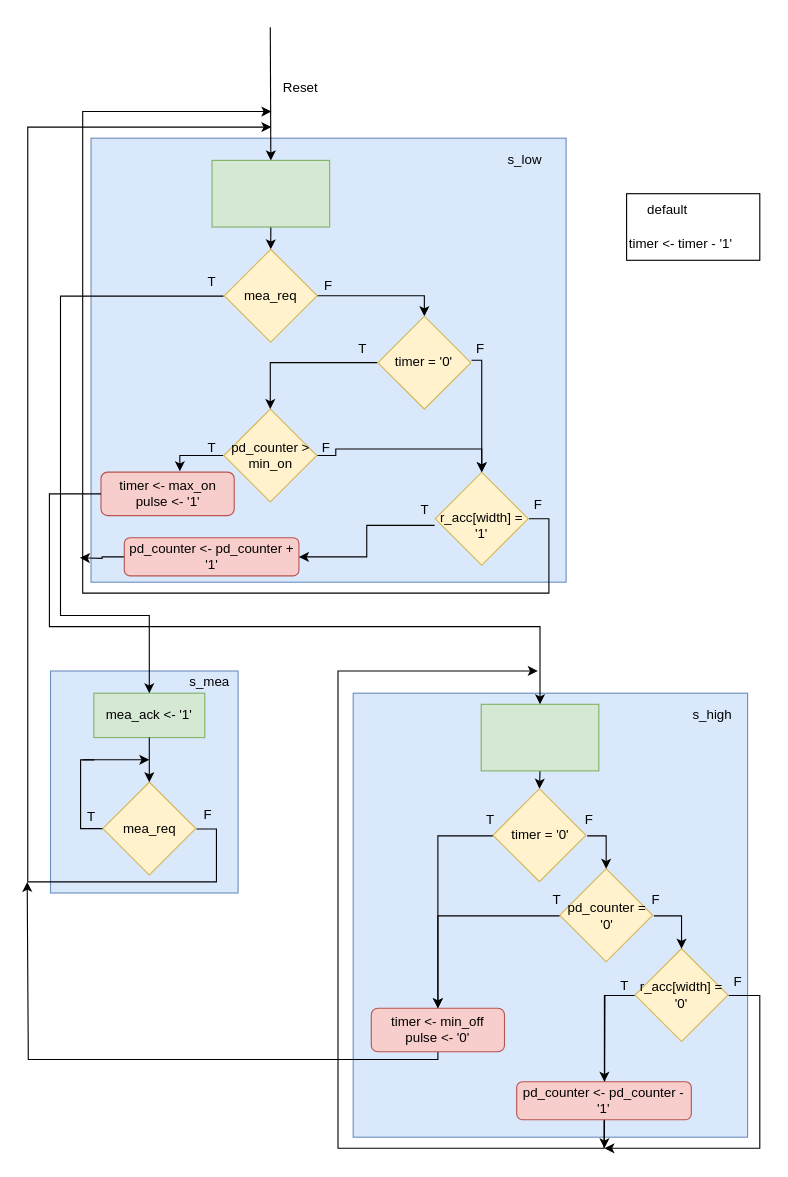
Before: Oblig7/pdm_asmd.drawio in jrundht/IN3160, a draw.io diagram. Source tidied: cells renumbered, new cells numbered last; positions are measured from the earlier drawing's top-left corner, leaving out a move shared by most shapes. Both pictures are drawn from the tidied source at 111%, with x=0, y=0 at pixel (27, 27).
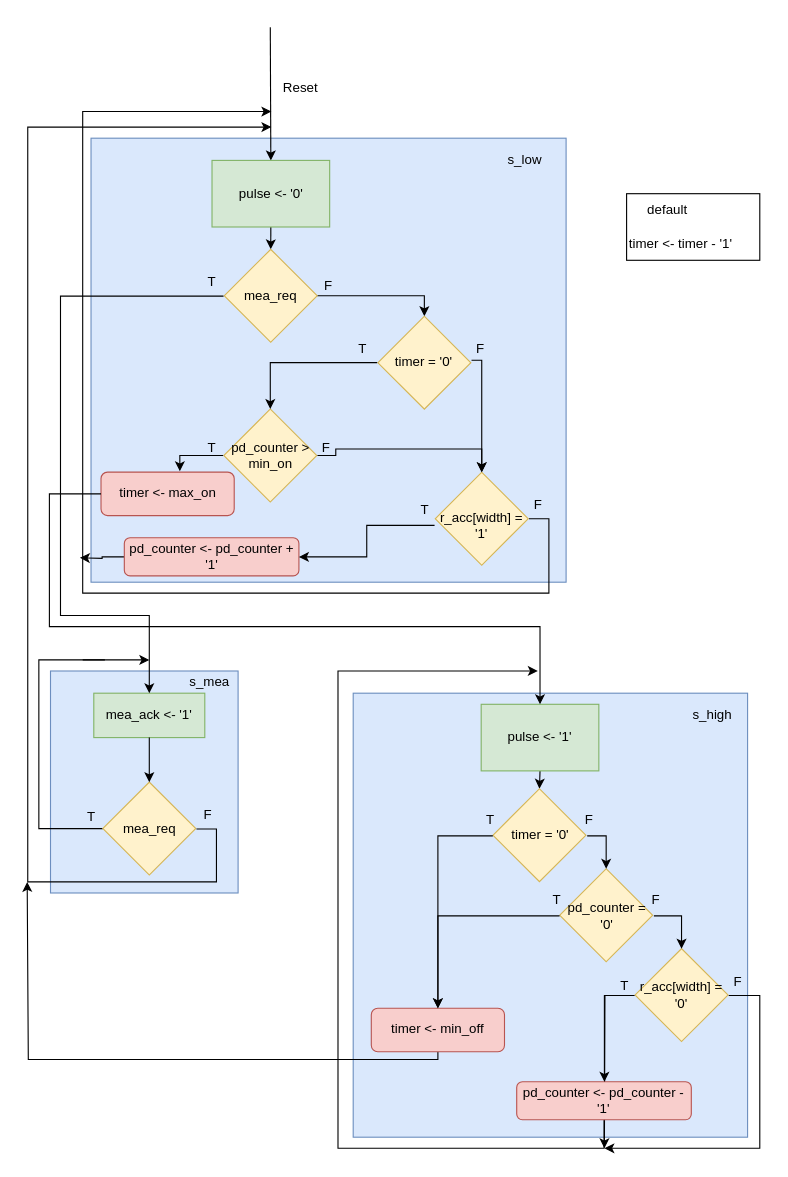
The same diagram, later.

The change refers to these unchanged cells:
```xml
<mxCell id="27" style="group;" parent="1" vertex="1">
  <mxGeometry x="47.5" y="600" width="202.5" height="164.4" as="geometry" />
</mxCell>
<mxCell id="29" style="group;" parent="27" vertex="1">
  <mxGeometry x="20" y="80" width="85" height="84.4" as="geometry" />
</mxCell>
<mxCell id="31" style="whiteSpace=wrap;html=1;rounded=0;rotation=-45;fillColor=#fff2cc;strokeColor=#d6b656;" parent="29" vertex="1">
  <mxGeometry x="12.9" y="12.4" width="59.2" height="59.2" as="geometry" />
</mxCell>
```

Change to the diagram source:
```diff
@@
-    <mxCell id="7" style="rounded=0;whiteSpace=wrap;html=1;fillColor=#d5e8d4;strokeColor=#82b366;" parent="1" vertex="1">
+    <mxCell id="7" value="&lt;div&gt;pulse &amp;lt;- '0'&lt;br&gt;&lt;/div&gt;" style="rounded=0;whiteSpace=wrap;html=1;fillColor=#d5e8d4;strokeColor=#82b366;" parent="1" vertex="1">
       <mxGeometry x="166.5" y="120" width="106" height="60" as="geometry" />
     </mxCell>
@@
     <mxCell id="30" style="edgeStyle=orthogonalEdgeStyle;rounded=0;jettySize=auto;html=1;curved=0;endArrow=none;endFill=0;" parent="29" edge="1" source="31">
       <mxGeometry relative="1" as="geometry">
-        <mxPoint x="-7.5" y="-20" as="targetPoint" />
+        <mxPoint x="2.5" y="-110" as="targetPoint" />
+        <Array as="points">
+          <mxPoint x="-57" y="42" />
+          <mxPoint x="-57" y="-110" />
+          <mxPoint x="-7" y="-110" />
+        </Array>
       </mxGeometry>
     </mxCell>
@@
-    <mxCell id="37" style="endArrow=classic;html=1;rounded=1;" parent="27" edge="1">
-      <mxGeometry relative="1" as="geometry">
-        <mxPoint x="2.5" y="60" as="sourcePoint" />
-        <mxPoint x="62.5" y="60" as="targetPoint" />
-      </mxGeometry>
-    </mxCell>
@@
-    <mxCell id="39" value="&lt;div&gt;timer &amp;lt;- max_on&lt;/div&gt;&lt;div&gt;pulse &amp;lt;- '1'&lt;br&gt;&lt;/div&gt;" style="rounded=1;whiteSpace=wrap;html=1;fillColor=#f8cecc;strokeColor=#b85450;perimeterSpacing=0;glass=0;" parent="1" vertex="1">
+    <mxCell id="39" value="&lt;div&gt;timer &amp;lt;- max_on&lt;/div&gt;" style="rounded=1;whiteSpace=wrap;html=1;fillColor=#f8cecc;strokeColor=#b85450;perimeterSpacing=0;glass=0;" parent="1" vertex="1">
       <mxGeometry x="66.5" y="400.8" width="120" height="39.2" as="geometry" />
     </mxCell>
@@
-    <mxCell id="43" style="rounded=0;whiteSpace=wrap;html=1;fillColor=#d5e8d4;strokeColor=#82b366;" parent="1" vertex="1">
+    <mxCell id="43" value="pulse &amp;lt;- '1'" style="rounded=0;whiteSpace=wrap;html=1;fillColor=#d5e8d4;strokeColor=#82b366;" parent="1" vertex="1">
       <mxGeometry x="409" y="610" width="106" height="60" as="geometry" />
     </mxCell>
@@
-    <mxCell id="68" value="&lt;div&gt;timer &amp;lt;- min_off&lt;/div&gt;&lt;div&gt;pulse &amp;lt;- '0'&lt;br&gt;&lt;/div&gt;" style="rounded=1;whiteSpace=wrap;html=1;fillColor=#f8cecc;strokeColor=#b85450;perimeterSpacing=0;glass=0;" parent="1" vertex="1">
+    <mxCell id="68" value="&lt;div&gt;timer &amp;lt;- min_off&lt;/div&gt;" style="rounded=1;whiteSpace=wrap;html=1;fillColor=#f8cecc;strokeColor=#b85450;perimeterSpacing=0;glass=0;" parent="1" vertex="1">
       <mxGeometry x="310" y="883.8" width="120" height="39.2" as="geometry" />
     </mxCell>
@@
+    <mxCell id="37" style="endArrow=classic;html=1;rounded=1;" parent="1" edge="1">
+      <mxGeometry relative="1" as="geometry">
+        <mxPoint x="50" y="570" as="sourcePoint" />
+        <mxPoint x="110" y="570" as="targetPoint" />
+      </mxGeometry>
+    </mxCell>
```
